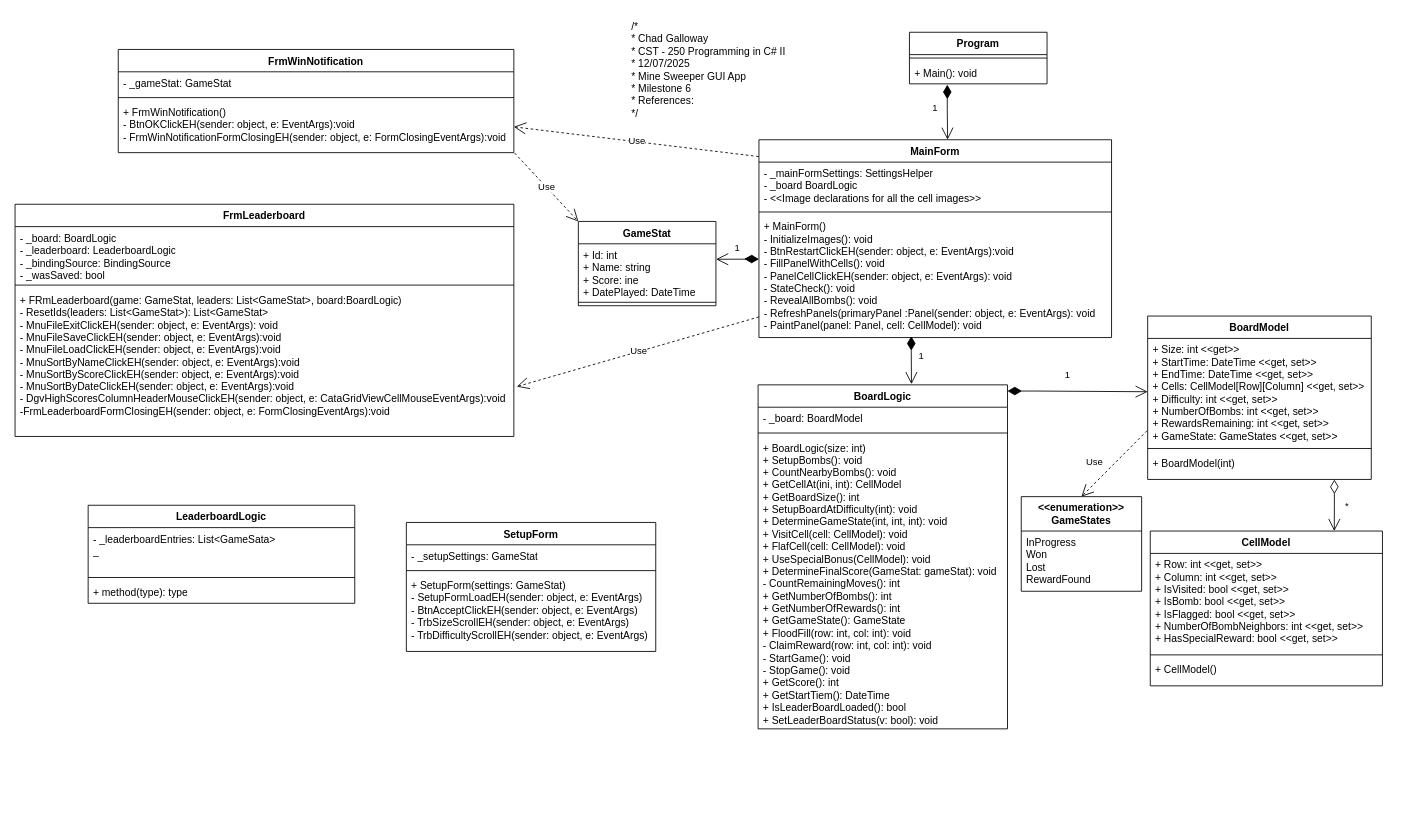
CGalloway3/CST-250-Projects keeps this draw.io diagram as Milestone6/Pictures/CST-250-Milestone6_UML.drawio. Above is the earlier version. Source tidied: cells renumbered, new cells numbered last; positions are measured from the earlier drawing's top-left corner, leaving out a move shared by most shapes. Both pictures are drawn from the tidied source at 86%, with x=0, y=0 at pixel (15, 15).
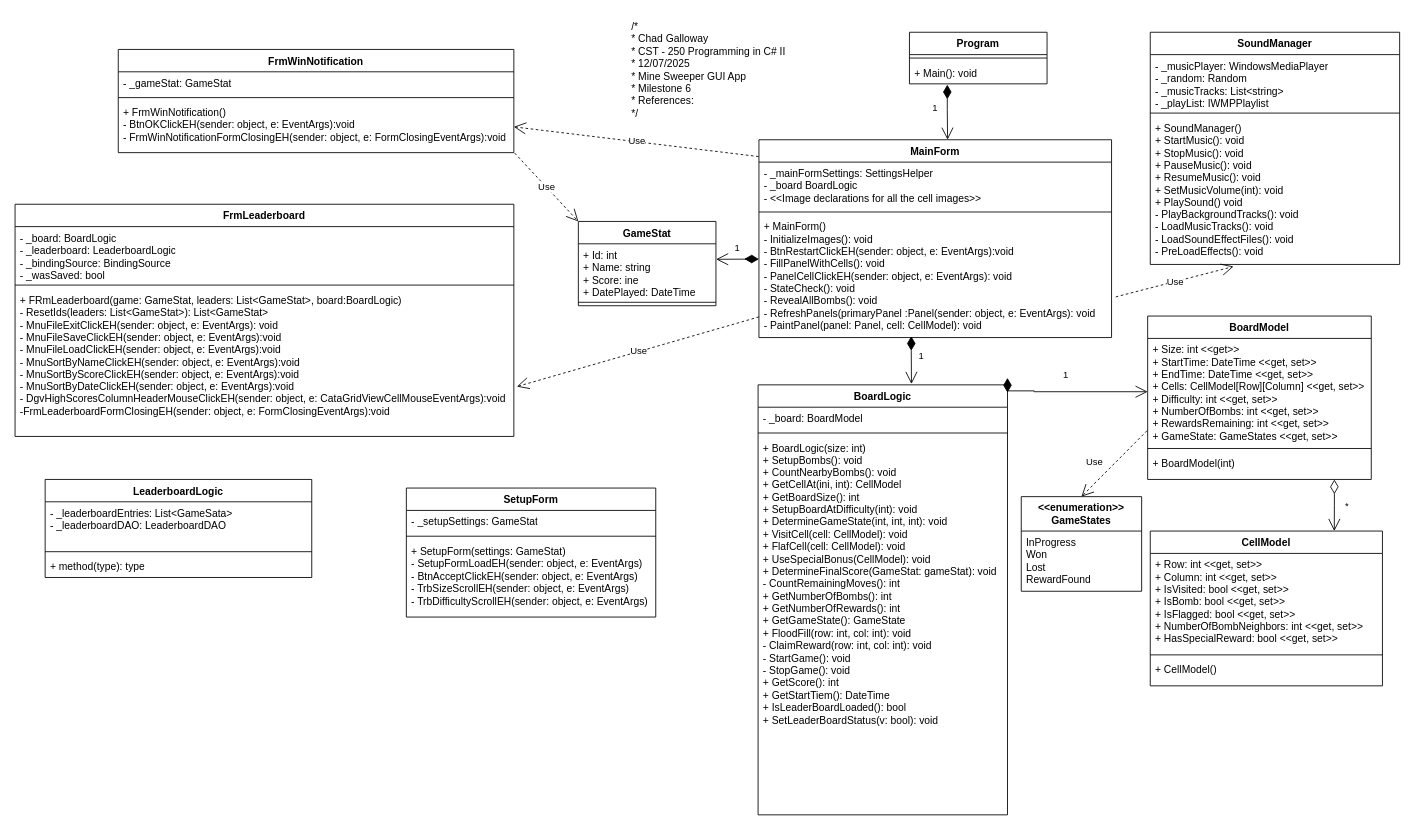
After the change.

The change refers to these unchanged cells:
```xml
<mxCell id="24" value="+ MainForm()&lt;div&gt;- InitializeImages(): void&lt;/div&gt;&lt;div&gt;- BtnRestartClickEH&lt;span style=&quot;background-color: transparent; color: light-dark(rgb(0, 0, 0), rgb(255, 255, 255));&quot;&gt;(sender: object, e: EventArgs):void&lt;/span&gt;&lt;/div&gt;&lt;div&gt;&lt;span style=&quot;background-color: transparent; color: light-dark(rgb(0, 0, 0), rgb(255, 255, 255));&quot;&gt;- FillPanelWithCells(): void&lt;/span&gt;&lt;/div&gt;&lt;div&gt;&lt;span style=&quot;background-color: transparent; color: light-dark(rgb(0, 0, 0), rgb(255, 255, 255));&quot;&gt;- PanelCellClickEH&lt;/span&gt;&lt;span style=&quot;background-color: transparent; color: light-dark(rgb(0, 0, 0), rgb(255, 255, 255));&quot;&gt;(sender: object, e: EventArgs): void&lt;/span&gt;&lt;/div&gt;&lt;div&gt;&lt;span style=&quot;background-color: transparent; color: light-dark(rgb(0, 0, 0), rgb(255, 255, 255));&quot;&gt;- StateCheck(): void&lt;/span&gt;&lt;/div&gt;&lt;div&gt;&lt;span style=&quot;background-color: transparent; color: light-dark(rgb(0, 0, 0), rgb(255, 255, 255));&quot;&gt;- RevealAllBombs(): void&lt;/span&gt;&lt;/div&gt;&lt;div&gt;&lt;span style=&quot;background-color: transparent; color: light-dark(rgb(0, 0, 0), rgb(255, 255, 255));&quot;&gt;- RefreshPanels(primaryPanel :Panel&lt;/span&gt;&lt;span style=&quot;background-color: transparent; color: light-dark(rgb(0, 0, 0), rgb(255, 255, 255));&quot;&gt;(sender: object, e: EventArgs): void&lt;/span&gt;&lt;/div&gt;&lt;div&gt;&lt;span style=&quot;background-color: transparent; color: light-dark(rgb(0, 0, 0), rgb(255, 255, 255));&quot;&gt;- PaintPanel(panel: Panel, cell: CellModel): void&lt;/span&gt;&lt;/div&gt;" style="text;strokeColor=none;fillColor=none;align=left;verticalAlign=top;spacingLeft=4;spacingRight=4;overflow=hidden;points=[[0,0.5],[1,0.5]];portConstraint=eastwest;whiteSpace=wrap;html=1;" parent="21" vertex="1">
  <mxGeometry y="88" width="410" height="142" as="geometry" />
</mxCell>
```

What changed in the source:
```diff
@@
     <mxCell id="10" value="BoardLogic" style="swimlane;fontStyle=1;align=center;verticalAlign=top;horizontal=1;startSize=26;whiteSpace=wrap;html=1;" parent="1" vertex="1">
-      <mxGeometry x="864" y="430" width="290" height="400" as="geometry" />
+      <mxGeometry x="864" y="430" width="290" height="500" as="geometry" />
     </mxCell>
@@
     <mxCell id="13" value="&lt;div&gt;+ BoardLogic(size: int)&lt;/div&gt;+ SetupBombs(): void&lt;div&gt;+ CountNearbyBombs(): void&lt;/div&gt;&lt;div&gt;+ GetCellAt(ini, int): CellModel&lt;/div&gt;&lt;div&gt;+ GetBoardSize(): int&lt;/div&gt;&lt;div&gt;+ SetupBoardAtDifficulty(int): void&lt;/div&gt;&lt;div&gt;+ DetermineGameState(int, int, int): void&lt;/div&gt;&lt;div&gt;+ VisitCell(cell: CellModel): void&lt;/div&gt;&lt;div&gt;+ FlafCell(cell: CellModel): void&lt;/div&gt;&lt;div&gt;+ UseSpecialBonus(CellModel): void&lt;/div&gt;&lt;div&gt;+ DetermineFinalScore(GameStat: gameStat): void&lt;/div&gt;&lt;div&gt;- CountRemainingMoves(): int&lt;/div&gt;&lt;div&gt;+ GetNumberOfBombs(): int&lt;/div&gt;&lt;div&gt;+ GetNumberOfRewards(): int&lt;/div&gt;&lt;div&gt;+ GetGameState(): GameState&lt;/div&gt;&lt;div&gt;+ FloodFill(row: int, col: int): void&lt;/div&gt;&lt;div&gt;- ClaimReward(row: int, col: int): void&lt;/div&gt;&lt;div&gt;- StartGame(): void&lt;/div&gt;&lt;div&gt;- StopGame(): void&lt;/div&gt;&lt;div&gt;+ GetScore(): int&lt;/div&gt;&lt;div&gt;+ GetStartTiem(): DateTime&lt;/div&gt;&lt;div&gt;+ IsLeaderBoardLoaded(): bool&lt;/div&gt;&lt;div&gt;+ SetLeaderBoardStatus(v: bool): void&lt;/div&gt;" style="text;strokeColor=none;fillColor=none;align=left;verticalAlign=top;spacingLeft=4;spacingRight=4;overflow=hidden;whiteSpace=wrap;html=1;" parent="10" vertex="1">
-      <mxGeometry y="60" width="290" height="340" as="geometry" />
+      <mxGeometry y="60" width="290" height="440" as="geometry" />
     </mxCell>
@@
     <mxCell id="17" value="SetupForm" style="swimlane;fontStyle=1;align=center;verticalAlign=top;horizontal=1;startSize=26;whiteSpace=wrap;html=1;" parent="1" vertex="1">
-      <mxGeometry x="455" y="590" width="290" height="150" as="geometry" />
+      <mxGeometry x="455" y="550" width="290" height="150" as="geometry" />
     </mxCell>
@@
     <mxCell id="48" value="LeaderboardLogic" style="swimlane;fontStyle=1;align=center;verticalAlign=top;horizontal=1;startSize=26;whiteSpace=wrap;html=1;" parent="1" vertex="1">
-      <mxGeometry x="85" y="570" width="310" height="114" as="geometry" />
+      <mxGeometry x="35" y="540" width="310" height="114" as="geometry" />
     </mxCell>
-    <mxCell id="49" value="- _leaderboardEntries: List&amp;lt;GameSata&amp;gt;&lt;div&gt;_&lt;/div&gt;" style="text;strokeColor=none;fillColor=none;align=left;verticalAlign=top;spacingLeft=4;spacingRight=4;overflow=hidden;whiteSpace=wrap;html=1;" parent="48" vertex="1">
+    <mxCell id="49" value="- _leaderboardEntries: List&amp;lt;GameSata&amp;gt;&lt;div&gt;- _leaderboardDAO: LeaderboardDAO&lt;/div&gt;" style="text;strokeColor=none;fillColor=none;align=left;verticalAlign=top;spacingLeft=4;spacingRight=4;overflow=hidden;whiteSpace=wrap;html=1;" parent="48" vertex="1">
       <mxGeometry y="26" width="310" height="54" as="geometry" />
     </mxCell>
@@
+    <mxCell id="52" value="SoundManager" style="swimlane;fontStyle=1;align=center;verticalAlign=top;horizontal=1;startSize=26;whiteSpace=wrap;html=1;" parent="1" vertex="1">
+      <mxGeometry x="1320" y="20" width="290" height="270" as="geometry" />
+    </mxCell>
+    <mxCell id="53" value="- _musicPlayer: WindowsMediaPlayer&lt;div&gt;- _random: Random&lt;/div&gt;&lt;div&gt;- _musicTracks: List&amp;lt;string&amp;gt;&lt;/div&gt;&lt;div&gt;- _playList: IWMPPlaylist&lt;br&gt;&lt;div&gt;&lt;br&gt;&lt;/div&gt;&lt;/div&gt;" style="text;strokeColor=none;fillColor=none;align=left;verticalAlign=top;spacingLeft=4;spacingRight=4;overflow=hidden;whiteSpace=wrap;html=1;" parent="52" vertex="1">
+      <mxGeometry y="26" width="290" height="64" as="geometry" />
+    </mxCell>
+    <mxCell id="54" style="line;strokeWidth=1;fillColor=none;align=left;verticalAlign=middle;spacingTop=-1;spacingLeft=3;spacingRight=3;labelPosition=right;strokeColor=inherit;" parent="52" vertex="1">
+      <mxGeometry y="90" width="290" height="8" as="geometry" />
+    </mxCell>
+    <mxCell id="55" value="+ SoundManager()&lt;div&gt;+ StartMusic(): void&lt;/div&gt;&lt;div&gt;+ StopMusic(): void&lt;/div&gt;&lt;div&gt;+ PauseMusic(): void&lt;/div&gt;&lt;div&gt;+ ResumeMusic(): void&lt;/div&gt;&lt;div&gt;+ SetMusicVolume(int): void&lt;/div&gt;&lt;div&gt;+ PlaySound() void&lt;/div&gt;&lt;div&gt;- PlayBackgroundTracks(): void&lt;/div&gt;&lt;div&gt;- LoadMusicTracks(): void&lt;/div&gt;&lt;div&gt;- LoadSoundEffectFiles(): void&lt;/div&gt;&lt;div&gt;- PreLoadEffects(): void&lt;/div&gt;" style="text;strokeColor=none;fillColor=none;align=left;verticalAlign=top;spacingLeft=4;spacingRight=4;overflow=hidden;points=[[0,0.5],[1,0.5]];portConstraint=eastwest;whiteSpace=wrap;html=1;" parent="52" vertex="1">
+      <mxGeometry y="98" width="290" height="172" as="geometry" />
+    </mxCell>
+    <mxCell id="56" value="Use" style="endArrow=open;endSize=12;dashed=1;html=1;rounded=0;exitX=1.012;exitY=0.667;exitDx=0;exitDy=0;exitPerimeter=0;entryX=0.334;entryY=1.014;entryDx=0;entryDy=0;entryPerimeter=0;" parent="1" edge="1" source="24" target="55">
+      <mxGeometry relative="1" as="geometry" />
+    </mxCell>
```
